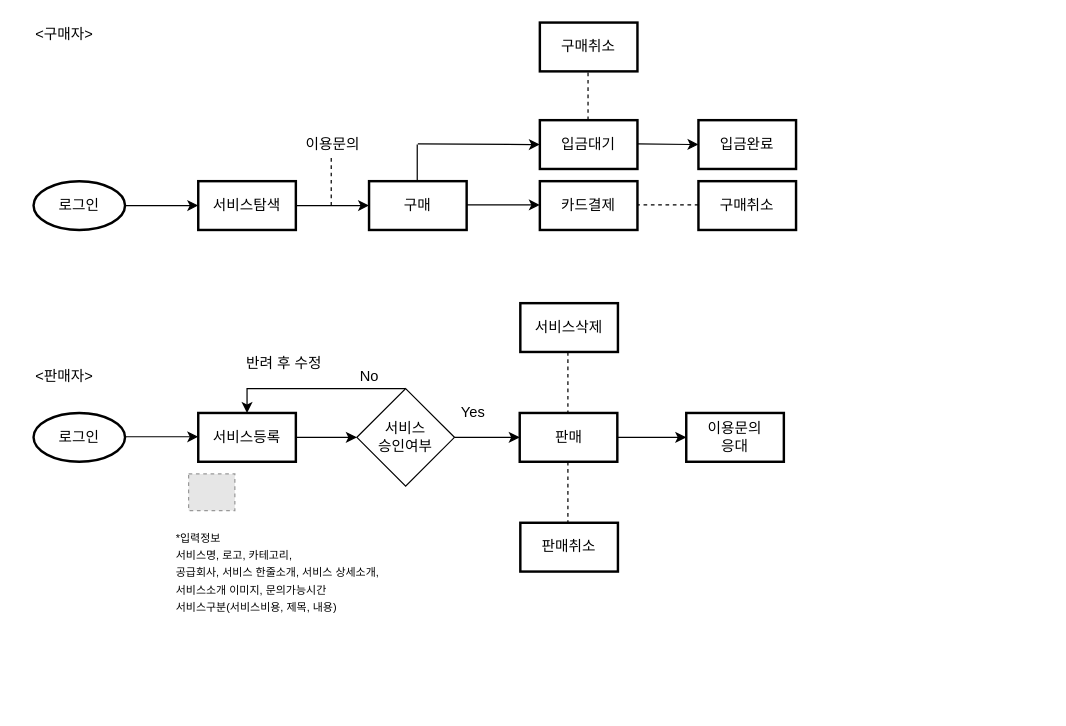
Before: 비즈니스나우 컨설팅_RESET.drawio in Lucidhomme/TIL, a draw.io diagram. Source tidied: cells renumbered, new cells numbered last; positions are measured from the earlier drawing's top-left corner, leaving out a move shared by most shapes. Both pictures are drawn from the tidied source at 122%, with x=0, y=0 at pixel (21, 22). Pictures stored in the file or linked from it are replaced by grey dashed boxes.
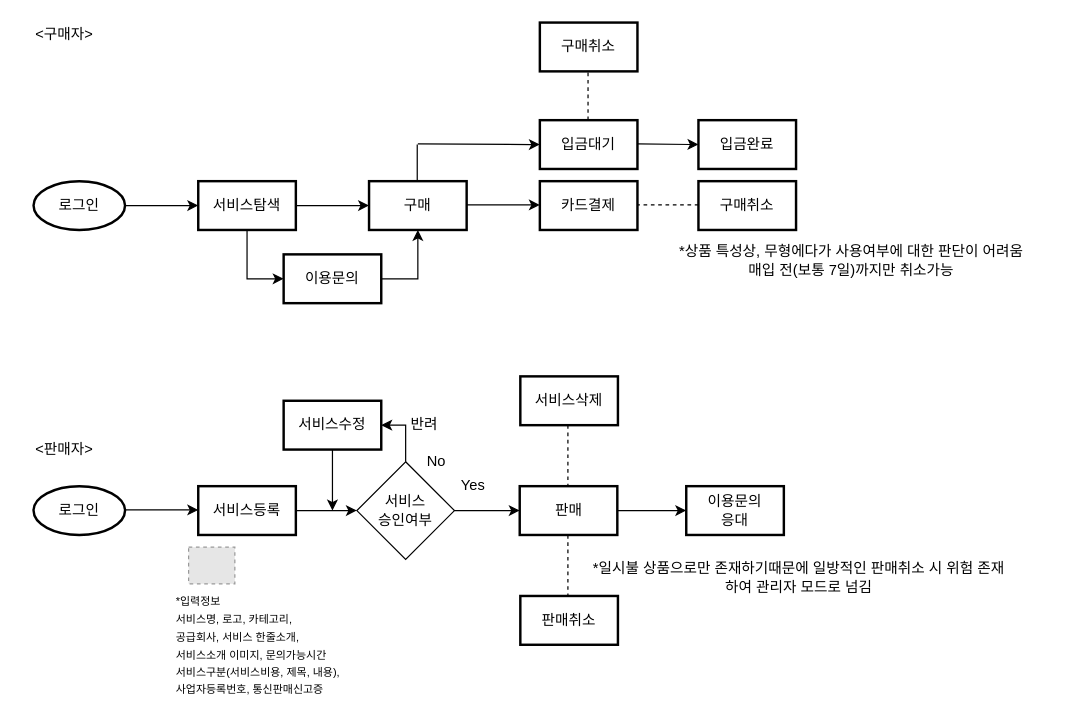
The same diagram, later.

Commit message:
Update 비즈니스나우 컨설팅_RESET.drawio

The change refers to these unchanged cells:
```xml
<mxCell id="7" value="서비스탐색" style="whiteSpace=wrap;html=1;strokeWidth=2;" parent="1" vertex="1">
  <mxGeometry x="145" y="130" width="80" height="40" as="geometry" />
</mxCell>
<mxCell id="8" value="구매" style="whiteSpace=wrap;html=1;strokeWidth=2;" parent="1" vertex="1">
  <mxGeometry x="285" y="130" width="80" height="40" as="geometry" />
</mxCell>
```

The edit, as a diff of the source:
```diff
@@
     <mxCell id="3" value="&amp;lt;판매자&amp;gt;" style="text;html=1;align=center;verticalAlign=middle;fillColor=none;strokeColor=none;rounded=0;" parent="1" vertex="1">
-      <mxGeometry y="280" width="70" height="20" as="geometry" />
+      <mxGeometry y="340" width="70" height="20" as="geometry" />
     </mxCell>
@@
+    <mxCell id="41" style="edgeStyle=orthogonalEdgeStyle;rounded=0;jettySize=auto;html=1;entryX=0;entryY=0.5;entryDx=0;entryDy=0;" parent="1" edge="1" source="7" target="30">
+      <mxGeometry relative="1" as="geometry" />
+    </mxCell>
@@
     <mxCell id="10" value="로그인" style="strokeWidth=2;html=1;shape=mxgraph.flowchart.start_1;whiteSpace=wrap;" parent="1" vertex="1">
-      <mxGeometry x="10" y="320" width="75" height="40" as="geometry" />
+      <mxGeometry x="10" y="380" width="75" height="40" as="geometry" />
     </mxCell>
     <mxCell id="11" style="edgeStyle=orthogonalEdgeStyle;rounded=0;orthogonalLoop=1;jettySize=auto;html=1;" parent="1" edge="1">
       <mxGeometry relative="1" as="geometry">
-        <mxPoint x="85" y="339.5" as="sourcePoint" />
-        <mxPoint x="145" y="339.5" as="targetPoint" />
+        <mxPoint x="85" y="399.5" as="sourcePoint" />
+        <mxPoint x="145" y="399.5" as="targetPoint" />
       </mxGeometry>
     </mxCell>
@@
     <mxCell id="13" value="판매" style="whiteSpace=wrap;html=1;strokeWidth=2;" parent="1" vertex="1">
-      <mxGeometry x="408.5" y="320" width="80" height="40" as="geometry" />
+      <mxGeometry x="408.5" y="380" width="80" height="40" as="geometry" />
     </mxCell>
     <mxCell id="14" style="endArrow=none;dashed=1;html=1;entryX=0.5;entryY=0;entryDx=0;entryDy=0;" parent="1" edge="1">
       <mxGeometry relative="1" as="geometry">
-        <mxPoint x="448" y="360" as="sourcePoint" />
-        <mxPoint x="448" y="410" as="targetPoint" />
+        <mxPoint x="448" y="420" as="sourcePoint" />
+        <mxPoint x="448" y="470" as="targetPoint" />
       </mxGeometry>
     </mxCell>
     <mxCell id="15" value="판매취소" style="whiteSpace=wrap;html=1;strokeWidth=2;" parent="1" vertex="1">
-      <mxGeometry x="409" y="410" width="80" height="40" as="geometry" />
+      <mxGeometry x="409" y="470" width="80" height="40" as="geometry" />
     </mxCell>
-    <mxCell id="16" value="반려 후 수정" style="text;html=1;align=center;verticalAlign=middle;fillColor=none;strokeColor=none;rounded=0;" parent="1" vertex="1">
-      <mxGeometry x="175" y="270" width="80" height="20" as="geometry" />
-    </mxCell>
     <mxCell id="17" style="fillColor=#E6E6E6;strokeColor=#999999;dashed=1;verticalLabelPosition=bottom;labelBackgroundColor=#ffffff;verticalAlign=top;" parent="1" vertex="1">
-      <mxGeometry x="137.1" y="370" width="37.9" height="30" as="geometry" />
+      <mxGeometry x="137.1" y="430" width="37.9" height="30" as="geometry" />
     </mxCell>
-    <mxCell id="18" value="&lt;font style=&quot;font-size: 9px&quot;&gt;*입력정보&lt;br&gt;&lt;span style=&quot;font-family: &amp;#34;맑은 고딕&amp;#34;&quot;&gt;서비스명&lt;/span&gt;&lt;span style=&quot;font-family: &amp;#34;맑은 고딕&amp;#34;&quot;&gt;, &lt;/span&gt;&lt;span style=&quot;font-family: &amp;#34;맑은 고딕&amp;#34;&quot;&gt;로고&lt;/span&gt;&lt;span style=&quot;font-family: &amp;#34;맑은 고딕&amp;#34;&quot;&gt;, &lt;/span&gt;&lt;span style=&quot;font-family: &amp;#34;맑은 고딕&amp;#34;&quot;&gt;카테고리,&lt;/span&gt;&lt;span style=&quot;font-family: &amp;#34;맑은 고딕&amp;#34;&quot;&gt;&lt;br&gt;&lt;/span&gt;&lt;span style=&quot;font-family: &amp;#34;맑은 고딕&amp;#34;&quot;&gt;공급회사&lt;/span&gt;&lt;span style=&quot;font-family: &amp;#34;맑은 고딕&amp;#34;&quot;&gt;, 서비스 한줄소개,&amp;nbsp;&lt;/span&gt;&lt;span style=&quot;font-family: &amp;#34;맑은 고딕&amp;#34;&quot;&gt;서비스 상세소개&lt;/span&gt;&lt;span style=&quot;font-family: &amp;#34;맑은 고딕&amp;#34;&quot;&gt;, &lt;br&gt;&lt;/span&gt;&lt;span style=&quot;font-family: &amp;#34;맑은 고딕&amp;#34;&quot;&gt;서비스소개 이미지&lt;/span&gt;&lt;span style=&quot;font-family: &amp;#34;맑은 고딕&amp;#34;&quot;&gt;, 문의가능시간&lt;br&gt;&lt;/span&gt;&lt;span style=&quot;font-family: &amp;#34;맑은 고딕&amp;#34;&quot;&gt;서비스구분(서비스비용, 제목, 내용)&lt;/span&gt;&lt;/font&gt;" style="text;html=1;align=left;verticalAlign=middle;fillColor=none;strokeColor=none;rounded=0;" parent="1" vertex="1">
-      <mxGeometry x="125" y="410" width="220" height="80" as="geometry" />
+    <mxCell id="18" value="&lt;font style=&quot;font-size: 9px&quot;&gt;*입력정보&lt;br&gt;&lt;span style=&quot;font-family: &amp;#34;맑은 고딕&amp;#34;&quot;&gt;서비스명&lt;/span&gt;&lt;span style=&quot;font-family: &amp;#34;맑은 고딕&amp;#34;&quot;&gt;, &lt;/span&gt;&lt;span style=&quot;font-family: &amp;#34;맑은 고딕&amp;#34;&quot;&gt;로고&lt;/span&gt;&lt;span style=&quot;font-family: &amp;#34;맑은 고딕&amp;#34;&quot;&gt;, &lt;/span&gt;&lt;span style=&quot;font-family: &amp;#34;맑은 고딕&amp;#34;&quot;&gt;카테고리,&lt;/span&gt;&lt;span style=&quot;font-family: &amp;#34;맑은 고딕&amp;#34;&quot;&gt;&lt;br&gt;&lt;/span&gt;&lt;span style=&quot;font-family: &amp;#34;맑은 고딕&amp;#34;&quot;&gt;공급회사&lt;/span&gt;&lt;span style=&quot;font-family: &amp;#34;맑은 고딕&amp;#34;&quot;&gt;, 서비스 한줄소개&lt;/span&gt;&lt;span style=&quot;font-family: &amp;#34;맑은 고딕&amp;#34;&quot;&gt;, &lt;br&gt;&lt;/span&gt;&lt;span style=&quot;font-family: &amp;#34;맑은 고딕&amp;#34;&quot;&gt;서비스소개 이미지&lt;/span&gt;&lt;span style=&quot;font-family: &amp;#34;맑은 고딕&amp;#34;&quot;&gt;, 문의가능시간&lt;br&gt;&lt;/span&gt;&lt;span style=&quot;font-family: &amp;#34;맑은 고딕&amp;#34;&quot;&gt;서비스구분(서비스비용, 제목, 내용),&lt;br&gt;사업자등록번호, 통신판매신고증&lt;br&gt;&lt;/span&gt;&lt;/font&gt;" style="text;html=1;align=left;verticalAlign=middle;fillColor=none;strokeColor=none;rounded=0;" parent="1" vertex="1">
+      <mxGeometry x="125" y="460" width="180" height="100" as="geometry" />
     </mxCell>
@@
     <mxCell id="29" value="서비스삭제" style="whiteSpace=wrap;html=1;strokeWidth=2;" parent="1" vertex="1">
-      <mxGeometry x="409" y="230" width="80" height="40" as="geometry" />
+      <mxGeometry x="409" y="290" width="80" height="40" as="geometry" />
     </mxCell>
-    <mxCell id="30" value="이용문의" style="text;html=1;align=center;verticalAlign=middle;points=[];fillColor=none;strokeColor=none;rounded=0;" parent="1" vertex="1">
-      <mxGeometry x="225" y="90" width="60" height="20" as="geometry" />
-    </mxCell>
     <mxCell id="31" value="No" style="text;html=1;align=center;verticalAlign=middle;fillColor=none;strokeColor=none;rounded=0;" parent="1" vertex="1">
-      <mxGeometry x="270" y="280" width="30" height="20" as="geometry" />
+      <mxGeometry x="325" y="350" width="30" height="20" as="geometry" />
     </mxCell>
-    <mxCell id="32" style="endArrow=none;dashed=1;html=1;" parent="1" edge="1">
-      <mxGeometry relative="1" as="geometry">
-        <mxPoint x="254" y="150" as="sourcePoint" />
-        <mxPoint x="254" y="110" as="targetPoint" />
-      </mxGeometry>
-    </mxCell>
@@
     <mxCell id="34" value="서비스등록" style="whiteSpace=wrap;html=1;strokeWidth=2;" parent="1" vertex="1">
-      <mxGeometry x="145" y="320" width="80" height="40" as="geometry" />
+      <mxGeometry x="145" y="380" width="80" height="40" as="geometry" />
     </mxCell>
-    <mxCell id="35" style="edgeStyle=orthogonalEdgeStyle;rounded=0;jettySize=auto;html=1;entryX=0.5;entryY=0;entryDx=0;entryDy=0;" parent="1" edge="1" source="37" target="34">
-      <mxGeometry relative="1" as="geometry">
-        <Array as="points">
-          <mxPoint x="185" y="300" />
-        </Array>
-      </mxGeometry>
-    </mxCell>
@@
+    <mxCell id="42" style="edgeStyle=orthogonalEdgeStyle;rounded=0;jettySize=auto;html=1;entryX=1;entryY=0.5;entryDx=0;entryDy=0;" parent="1" edge="1" source="37" target="46">
+      <mxGeometry relative="1" as="geometry" />
+    </mxCell>
     <mxCell id="37" value="서비스&lt;br&gt;승인여부" style="rhombus;whiteSpace=wrap;html=1;" parent="1" vertex="1">
-      <mxGeometry x="275" y="300" width="80" height="80" as="geometry" />
+      <mxGeometry x="275" y="360" width="80" height="80" as="geometry" />
     </mxCell>
     <mxCell id="38" value="Yes" style="text;html=1;align=center;verticalAlign=middle;fillColor=none;strokeColor=none;rounded=0;" parent="1" vertex="1">
-      <mxGeometry x="355" y="310" width="30" height="20" as="geometry" />
+      <mxGeometry x="355" y="370" width="30" height="20" as="geometry" />
     </mxCell>
     <mxCell id="39" value="이용문의&lt;br&gt;응대" style="whiteSpace=wrap;html=1;strokeWidth=2;" parent="1" vertex="1">
-      <mxGeometry x="545" y="320" width="80" height="40" as="geometry" />
+      <mxGeometry x="545" y="380" width="80" height="40" as="geometry" />
     </mxCell>
     <mxCell id="40" style="endArrow=none;dashed=1;html=1;entryX=0.5;entryY=0;entryDx=0;entryDy=0;" parent="1" edge="1">
       <mxGeometry relative="1" as="geometry">
-        <mxPoint x="448" y="270" as="sourcePoint" />
-        <mxPoint x="448" y="320" as="targetPoint" />
+        <mxPoint x="448" y="330" as="sourcePoint" />
+        <mxPoint x="448" y="380" as="targetPoint" />
       </mxGeometry>
     </mxCell>
+    <mxCell id="43" style="edgeStyle=orthogonalEdgeStyle;rounded=0;jettySize=auto;html=1;entryX=0.5;entryY=1;entryDx=0;entryDy=0;" parent="1" edge="1" source="30" target="8">
+      <mxGeometry relative="1" as="geometry">
+        <Array as="points">
+          <mxPoint x="325" y="210" />
+        </Array>
+      </mxGeometry>
+    </mxCell>
+    <mxCell id="30" value="이용문의" style="whiteSpace=wrap;html=1;strokeWidth=2;" parent="1" vertex="1">
+      <mxGeometry x="215" y="190" width="80" height="40" as="geometry" />
+    </mxCell>
+    <mxCell id="44" value="*상품 특성상, 무형에다가 사용여부에 대한 판단이 어려움&lt;br&gt;매입 전(보통 7일)까지만 취소가능" style="text;html=1;align=center;verticalAlign=middle;fillColor=none;strokeColor=none;rounded=0;" parent="1" vertex="1">
+      <mxGeometry x="520" y="180" width="320" height="30" as="geometry" />
+    </mxCell>
+    <mxCell id="45" style="edgeStyle=orthogonalEdgeStyle;rounded=0;jettySize=auto;html=1;" parent="1" edge="1" source="46">
+      <mxGeometry relative="1" as="geometry">
+        <mxPoint x="255" y="400" as="targetPoint" />
+      </mxGeometry>
+    </mxCell>
+    <mxCell id="46" value="서비스수정" style="whiteSpace=wrap;html=1;strokeWidth=2;" parent="1" vertex="1">
+      <mxGeometry x="215" y="310" width="80" height="40" as="geometry" />
+    </mxCell>
+    <mxCell id="47" value="반려" style="text;html=1;align=center;verticalAlign=middle;fillColor=none;strokeColor=none;rounded=0;" parent="1" vertex="1">
+      <mxGeometry x="310" y="320" width="40" height="20" as="geometry" />
+    </mxCell>
+    <mxCell id="48" value="*일시불 상품으로만 존재하기때문에 일방적인 판매취소 시 위험 존재&lt;br&gt;하여 관리자 모드로 넘김" style="text;html=1;align=center;verticalAlign=middle;fillColor=none;strokeColor=none;rounded=0;" parent="1" vertex="1">
+      <mxGeometry x="447" y="440" width="380" height="30" as="geometry" />
+    </mxCell>
```
